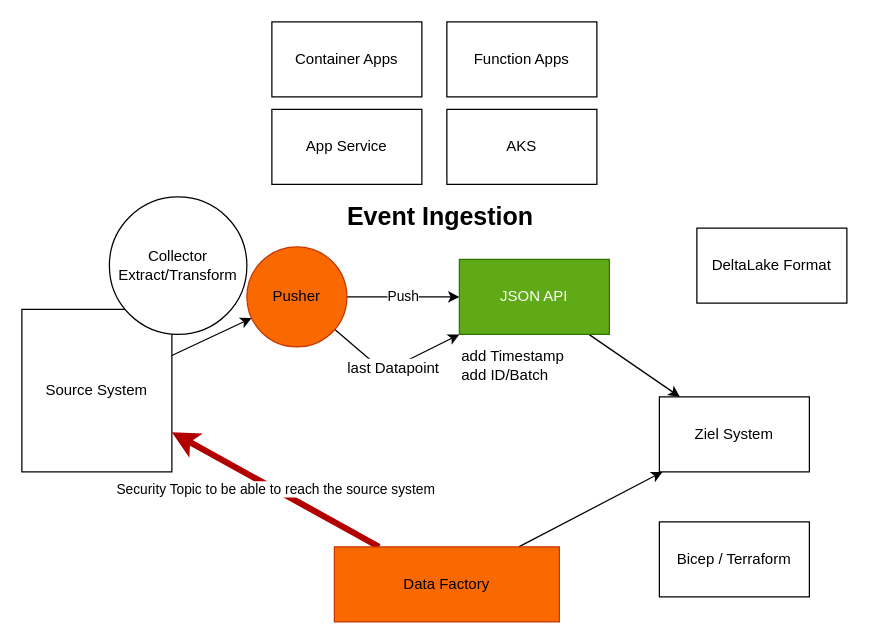
The draw.io diagram solution.drawio in abossard/api-to-parquet, before the edit. Source tidied: cells renumbered, new cells numbered last; positions are measured from the earlier drawing's top-left corner, leaving out a move shared by most shapes. Both pictures are drawn from the tidied source at 125%, with x=0, y=0 at pixel (21, 21).
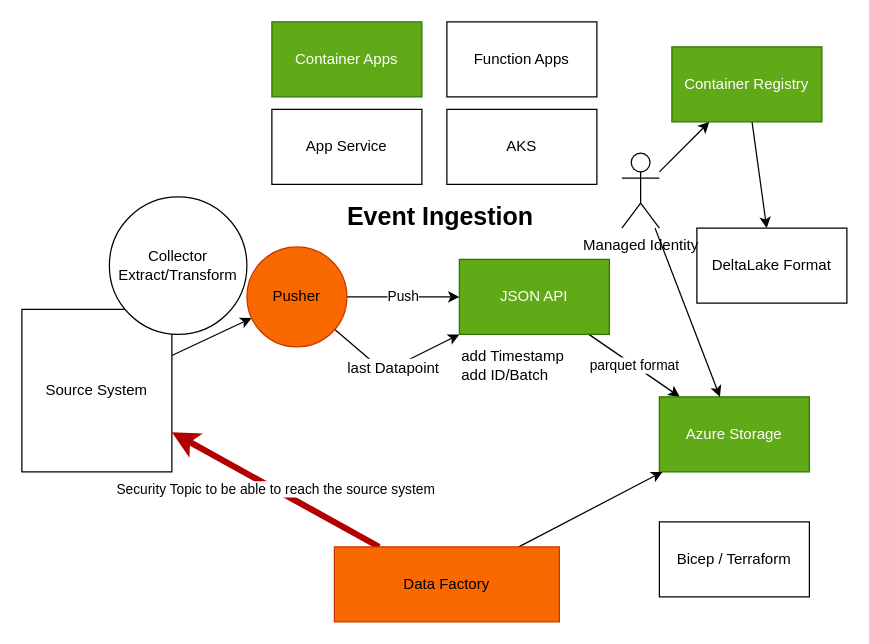
After the change.

Unchanged cells that the change refers to:
```xml
<mxCell id="5" value="JSON API" style="rounded=0;whiteSpace=wrap;html=1;fillColor=#60a917;fontColor=#ffffff;strokeColor=#2D7600;" parent="1" vertex="1">
  <mxGeometry x="350" y="190" width="120" height="60" as="geometry" />
</mxCell>
<mxCell id="16" value="DeltaLake Format" style="rounded=0;whiteSpace=wrap;html=1;fontSize=12;" parent="1" vertex="1">
  <mxGeometry x="540" y="165" width="120" height="60" as="geometry" />
</mxCell>
```

Change to the diagram source:
```diff
@@
-    <mxCell id="4" style="edgeStyle=none;html=1;" parent="1" edge="1" source="5" target="6">
+    <mxCell id="4" value="parquet format" style="edgeStyle=none;html=1;" parent="1" edge="1" source="5" target="6">
       <mxGeometry relative="1" as="geometry" />
     </mxCell>
@@
-    <mxCell id="6" value="Ziel System" style="rounded=0;whiteSpace=wrap;html=1;" parent="1" vertex="1">
+    <mxCell id="6" value="Azure Storage" style="rounded=0;whiteSpace=wrap;html=1;fillColor=#60a917;fontColor=#ffffff;strokeColor=#2D7600;" parent="1" vertex="1">
       <mxGeometry x="510" y="300" width="120" height="60" as="geometry" />
     </mxCell>
@@
-    <mxCell id="19" value="Container Apps" style="rounded=0;whiteSpace=wrap;html=1;fontSize=12;" parent="1" vertex="1">
+    <mxCell id="19" value="Container Apps" style="rounded=0;whiteSpace=wrap;html=1;fontSize=12;fillColor=#60a917;fontColor=#ffffff;strokeColor=#2D7600;" parent="1" vertex="1">
       <mxGeometry x="200" width="120" height="60" as="geometry" />
     </mxCell>
@@
+    <mxCell id="22" style="edgeStyle=none;html=1;" parent="1" edge="1" source="24" target="6">
+      <mxGeometry relative="1" as="geometry" />
+    </mxCell>
+    <mxCell id="23" style="edgeStyle=none;html=1;" parent="1" edge="1" source="24" target="26">
+      <mxGeometry relative="1" as="geometry" />
+    </mxCell>
+    <mxCell id="24" value="Managed Identity" style="shape=umlActor;verticalLabelPosition=bottom;verticalAlign=top;html=1;outlineConnect=0;" parent="1" vertex="1">
+      <mxGeometry x="480" y="105" width="30" height="60" as="geometry" />
+    </mxCell>
+    <mxCell id="25" style="edgeStyle=none;html=1;" parent="1" edge="1" source="26" target="16">
+      <mxGeometry relative="1" as="geometry" />
+    </mxCell>
+    <mxCell id="26" value="Container Registry" style="rounded=0;whiteSpace=wrap;html=1;fillColor=#60a917;fontColor=#ffffff;strokeColor=#2D7600;" parent="1" vertex="1">
+      <mxGeometry x="520" y="20" width="120" height="60" as="geometry" />
+    </mxCell>
```
